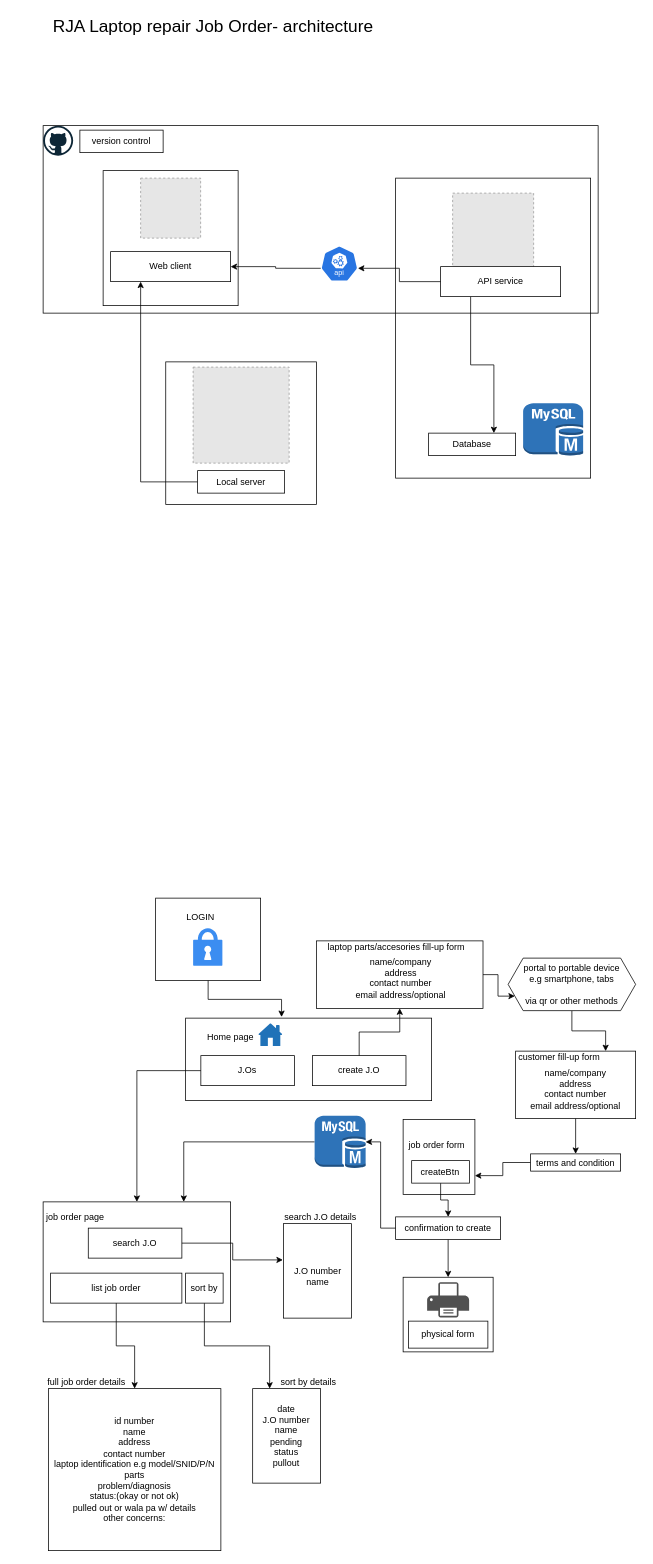
The draw.io diagram Untitled Diagram.drawio in tehnczon/laptop_repair_joborder, before the edit. Source tidied: cells renumbered, new cells numbered last; positions are measured from the earlier drawing's top-left corner, leaving out a move shared by most shapes. Both pictures are drawn from the tidied source at 75%, with x=0, y=0 at pixel (13, 13). Pictures stored in the file or linked from it are replaced by grey dashed boxes.
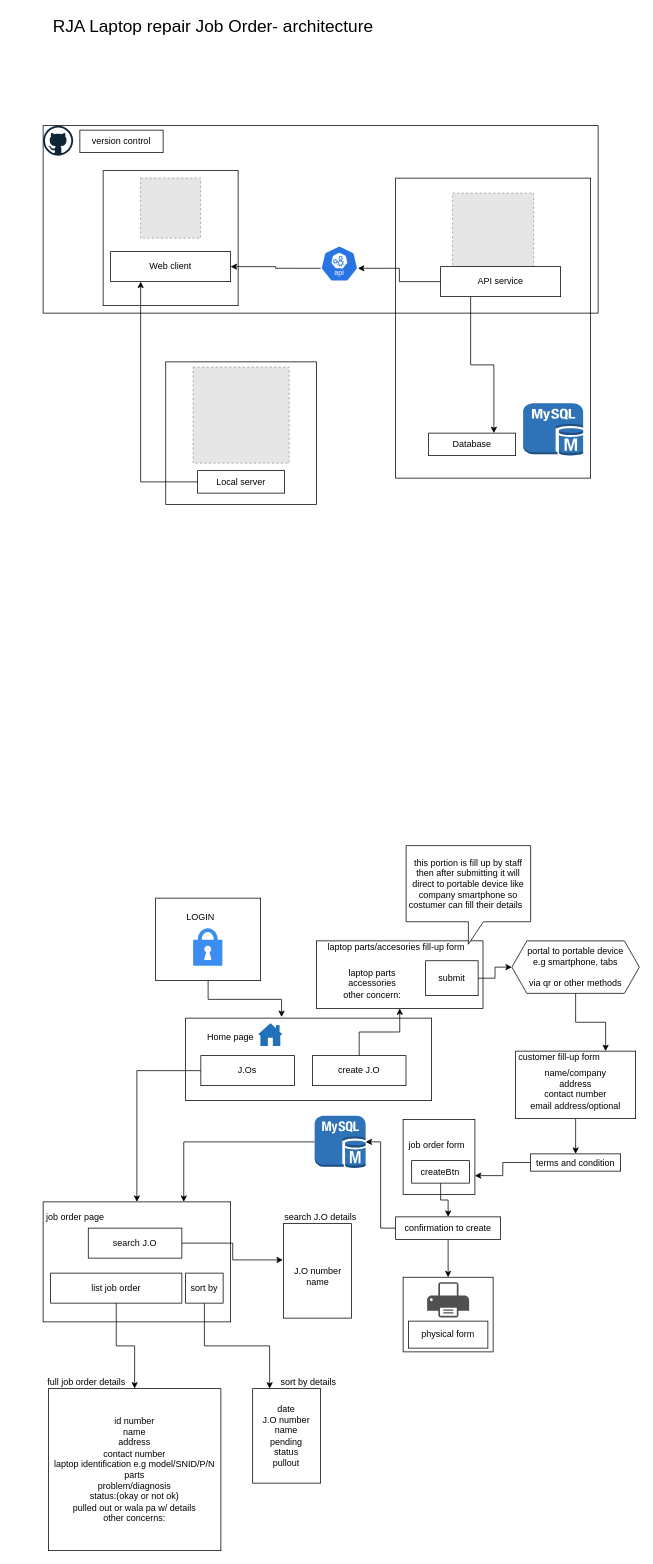
Above is the later version.

Commit message:
last update of joborder system feb 28

The change refers to these unchanged cells:
```xml
<mxCell id="66" style="rounded=0;whiteSpace=wrap;html=1;fillColor=none;" parent="1" vertex="1">
  <mxGeometry x="404.5" y="1237" width="222" height="90" as="geometry" />
</mxCell>
```

What changed in the source:
```diff
@@
-    <mxCell id="65" style="edgeStyle=orthogonalEdgeStyle;rounded=0;jettySize=auto;html=1;exitX=1;exitY=0.5;exitDx=0;exitDy=0;entryX=0;entryY=0.75;entryDx=0;entryDy=0;" parent="1" edge="1" source="66" target="70">
-      <mxGeometry relative="1" as="geometry" />
-    </mxCell>
@@
-    <mxCell id="68" value="name/company&lt;div&gt;address&lt;/div&gt;&lt;div&gt;contact number&lt;/div&gt;&lt;div&gt;email address/optional&lt;/div&gt;&lt;div&gt;&lt;br&gt;&lt;/div&gt;" style="text;html=1;align=center;verticalAlign=middle;whiteSpace=wrap;rounded=0;" parent="1" vertex="1">
-      <mxGeometry x="416.5" y="1267" width="200" height="53" as="geometry" />
+    <mxCell id="68" value="&lt;div&gt;laptop parts&lt;/div&gt;&lt;div&gt;accessories&lt;/div&gt;&lt;div&gt;other concern:&lt;/div&gt;" style="text;html=1;align=center;verticalAlign=middle;whiteSpace=wrap;rounded=0;" parent="1" vertex="1">
+      <mxGeometry x="416.5" y="1267" width="123.5" height="53" as="geometry" />
     </mxCell>
@@
     <mxCell id="70" value="portal to portable device&lt;div&gt;e.g smartphone, tabs&lt;/div&gt;&lt;div&gt;&lt;br&gt;&lt;/div&gt;&lt;div&gt;via qr or other methods&lt;/div&gt;" style="shape=hexagon;perimeter=hexagonPerimeter2;whiteSpace=wrap;html=1;fixedSize=1;" parent="1" vertex="1">
-      <mxGeometry x="660" y="1260" width="170" height="70" as="geometry" />
+      <mxGeometry x="665" y="1237" width="170" height="70" as="geometry" />
     </mxCell>
+    <mxCell id="71" style="edgeStyle=orthogonalEdgeStyle;rounded=0;jettySize=auto;html=1;exitX=1;exitY=0.5;exitDx=0;exitDy=0;entryX=0;entryY=0.5;entryDx=0;entryDy=0;" parent="1" edge="1" source="72" target="70">
+      <mxGeometry relative="1" as="geometry" />
+    </mxCell>
+    <mxCell id="72" value="submit" style="rounded=0;whiteSpace=wrap;html=1;" parent="1" vertex="1">
+      <mxGeometry x="550" y="1263.5" width="70" height="46.5" as="geometry" />
+    </mxCell>
+    <mxCell id="73" value="this portion is fill up by staff then after submitting it will direct to portable device like company smartphone so costumer can fill their details&amp;nbsp;&amp;nbsp;" style="shape=callout;whiteSpace=wrap;html=1;perimeter=calloutPerimeter;" parent="1" vertex="1">
+      <mxGeometry x="524" y="1110" width="166" height="131.5" as="geometry" />
+    </mxCell>
```
